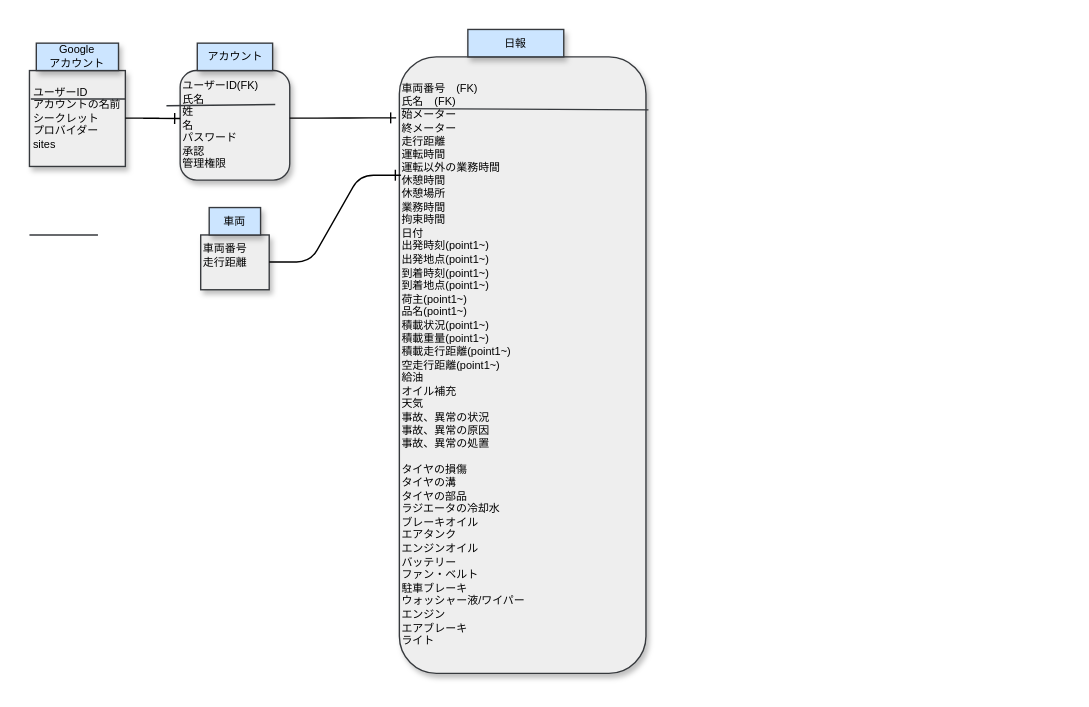
bob-g12/dayrepo-for-transportation keeps this draw.io diagram as page "ページ2" (2 of 2) of docs/draw.dio. Above is the earlier version. Source tidied: cells renumbered, new cells numbered last; positions are measured from the earlier drawing's top-left corner, leaving out a move shared by most shapes. Both pictures are drawn from the tidied source at 137%, with x=0, y=0 at pixel (29, 29).
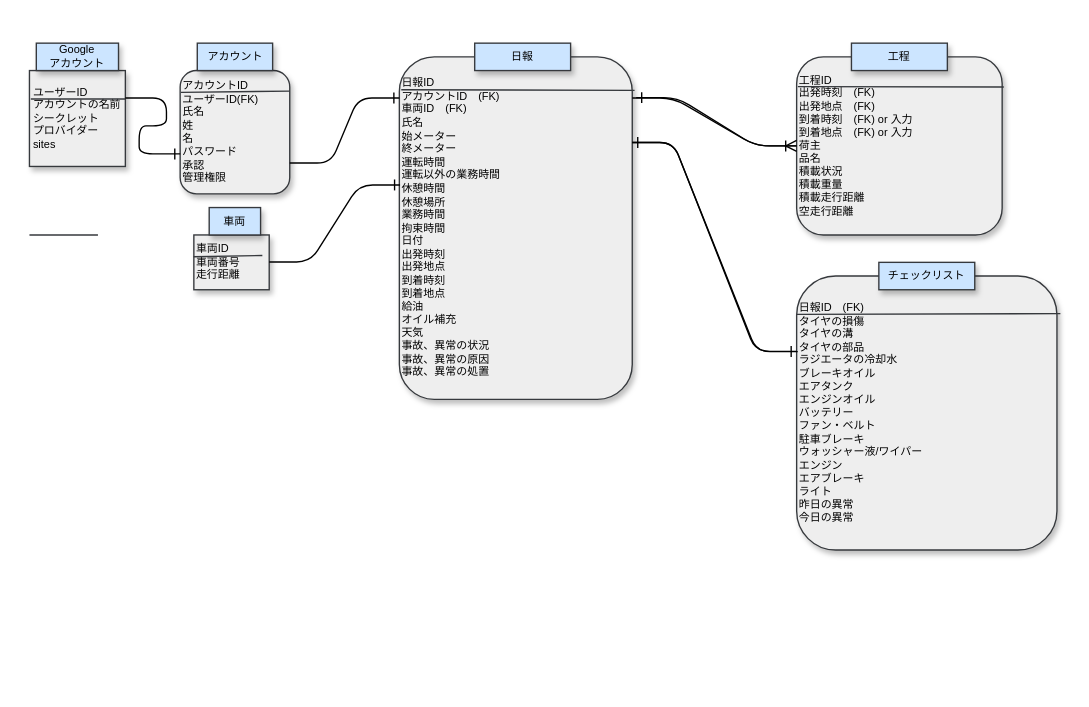
After the change.

Diff of the diagram source:
```diff
@@
-    <mxCell id="3" value="ユーザーID(FK)&lt;br&gt;氏名&lt;br&gt;姓&lt;br&gt;名&lt;br&gt;パスワード&lt;br&gt;承認&lt;br&gt;管理権限&lt;br&gt;" style="rounded=1;whiteSpace=wrap;html=1;shadow=1;strokeColor=#36393d;fontFamily=Helvetica;fontSize=8;startSize=0;fillColor=#eeeeee;fontColor=#000000;align=left;" parent="1" vertex="1">
-      <mxGeometry x="110" y="30" width="80" height="80" as="geometry" />
+    <mxCell id="3" value="アカウントID&lt;br&gt;ユーザーID(FK)&lt;br&gt;氏名&lt;br&gt;姓&lt;br&gt;名&lt;br&gt;パスワード&lt;br&gt;承認&lt;br&gt;管理権限" style="rounded=1;whiteSpace=wrap;html=1;shadow=1;strokeColor=#36393d;fontFamily=Helvetica;fontSize=8;startSize=0;fillColor=#eeeeee;fontColor=#000000;align=left;" parent="1" vertex="1">
+      <mxGeometry x="110" y="30" width="80" height="90" as="geometry" />
     </mxCell>
@@
     <mxCell id="5" style="endArrow=none;html=1;fontFamily=Helvetica;fontSize=8;fontColor=#000000;startSize=0;fillColor=#eeeeee;strokeColor=#36393d;entryX=0.992;entryY=0.373;entryDx=0;entryDy=0;exitX=0.014;exitY=0.296;exitDx=0;exitDy=0;entryPerimeter=0;exitPerimeter=0;" parent="1" edge="1">
       <mxGeometry relative="1" as="geometry">
-        <mxPoint x="100" y="55.7" as="sourcePoint" />
-        <mxPoint x="179.4" y="54.8" as="targetPoint" />
+        <mxPoint x="110.6" y="45.9" as="sourcePoint" />
+        <mxPoint x="190" y="45" as="targetPoint" />
       </mxGeometry>
     </mxCell>
-    <mxCell id="6" value="&lt;div style=&quot;&quot;&gt;車両番号&lt;/div&gt;&lt;div style=&quot;&quot;&gt;走行距離&lt;/div&gt;&lt;div style=&quot;&quot;&gt;&lt;br&gt;&lt;/div&gt;" style="rounded=0;whiteSpace=wrap;html=1;shadow=1;strokeColor=#36393d;fontFamily=Helvetica;fontSize=8;startSize=0;fillColor=#eeeeee;fontColor=#000000;align=left;" parent="1" vertex="1">
-      <mxGeometry x="125" y="150" width="50" height="40" as="geometry" />
+    <mxCell id="6" value="&lt;div style=&quot;&quot;&gt;車両ID&lt;/div&gt;&lt;div style=&quot;&quot;&gt;車両番号&lt;/div&gt;&lt;div style=&quot;&quot;&gt;走行距離&lt;/div&gt;" style="rounded=0;whiteSpace=wrap;html=1;shadow=1;strokeColor=#36393d;fontFamily=Helvetica;fontSize=8;startSize=0;fillColor=#eeeeee;fontColor=#000000;align=left;" parent="1" vertex="1">
+      <mxGeometry x="120" y="150" width="55" height="40" as="geometry" />
     </mxCell>
@@
-    <mxCell id="8" value="車両番号　(FK)&lt;br&gt;氏名　(FK)&lt;br&gt;始メーター&lt;br&gt;終メーター&lt;br&gt;走行距離&lt;br&gt;運転時間&lt;br&gt;運転以外の業務時間&lt;br&gt;休憩時間&lt;br&gt;休憩場所&lt;br&gt;業務時間&lt;br&gt;拘束時間&lt;br&gt;日付&lt;br&gt;出発時刻(point1~)&lt;br&gt;出発地点(point1~)&lt;br&gt;到着時刻(point1~)&lt;br&gt;到着地点(point1~)&lt;br&gt;荷主(point1~)&lt;br&gt;品名(point1~)&lt;br&gt;積載状況(point1~)&lt;br&gt;積載重量(point1~)&lt;br&gt;積載走行距離(point1~)&lt;br&gt;空走行距離(point1~)&lt;br&gt;給油&lt;br&gt;オイル補充&lt;br&gt;天気&lt;br&gt;事故、異常の状況&lt;br&gt;事故、異常の原因&lt;br&gt;事故、異常の処置&lt;br&gt;&lt;br&gt;タイヤの損傷&lt;br&gt;タイヤの溝&lt;br&gt;タイヤの部品&lt;br&gt;ラジエータの冷却水&lt;br&gt;ブレーキオイル&lt;br&gt;エアタンク&lt;br&gt;エンジンオイル&lt;br&gt;バッテリー&lt;br&gt;ファン・ベルト&lt;br&gt;駐車ブレーキ&lt;br&gt;ウォッシャー液/ワイパー&lt;br&gt;エンジン&lt;br&gt;エアブレーキ&lt;br&gt;ライト" style="rounded=1;whiteSpace=wrap;html=1;shadow=1;strokeColor=#36393d;fontFamily=Helvetica;fontSize=8;startSize=0;fillColor=#eeeeee;fontColor=#000000;align=left;" parent="1" vertex="1">
-      <mxGeometry x="270" y="20" width="180" height="450" as="geometry" />
+    <mxCell id="8" value="日報ID&lt;br&gt;アカウントID　(FK)&lt;br&gt;車両ID　(FK)&lt;br&gt;氏名　&lt;br&gt;始メーター&lt;br&gt;終メーター&lt;br&gt;運転時間&lt;br&gt;運転以外の業務時間&lt;br&gt;休憩時間&lt;br&gt;休憩場所&lt;br&gt;業務時間&lt;br&gt;拘束時間&lt;br&gt;日付&lt;br&gt;出発時刻&lt;br&gt;出発地点&lt;br&gt;到着時刻&lt;br&gt;到着地点&lt;br&gt;給油&lt;br&gt;オイル補充&lt;br&gt;天気&lt;br&gt;事故、異常の状況&lt;br&gt;事故、異常の原因&lt;br&gt;事故、異常の処置" style="rounded=1;whiteSpace=wrap;html=1;shadow=1;strokeColor=#36393d;fontFamily=Helvetica;fontSize=8;startSize=0;fillColor=#eeeeee;fontColor=#000000;align=left;" parent="1" vertex="1">
+      <mxGeometry x="270" y="20" width="170" height="250" as="geometry" />
     </mxCell>
-    <mxCell id="9" style="endArrow=none;html=1;fontFamily=Helvetica;fontSize=8;fontColor=#000000;startSize=0;fillColor=#eeeeee;strokeColor=#36393d;exitX=0.008;exitY=0.084;exitDx=0;exitDy=0;exitPerimeter=0;entryX=1.01;entryY=0.086;entryDx=0;entryDy=0;entryPerimeter=0;" parent="1" edge="1" source="8" target="8">
-      <mxGeometry relative="1" as="geometry" />
+    <mxCell id="9" style="endArrow=none;html=1;fontFamily=Helvetica;fontSize=8;fontColor=#000000;startSize=0;fillColor=#eeeeee;strokeColor=#36393d;exitX=0.008;exitY=0.084;exitDx=0;exitDy=0;exitPerimeter=0;entryX=1.01;entryY=0.086;entryDx=0;entryDy=0;entryPerimeter=0;" parent="1" edge="1">
+      <mxGeometry relative="1" as="geometry">
+        <mxPoint x="271.4" y="44" as="sourcePoint" />
+        <mxPoint x="441.7" y="44.5" as="targetPoint" />
+      </mxGeometry>
     </mxCell>
-    <mxCell id="10" style="edgeStyle=entityRelationEdgeStyle;fontSize=12;html=1;endArrow=ERone;endFill=1;fontFamily=Helvetica;fontColor=#000000;startSize=0;" parent="1" edge="1">
+    <mxCell id="10" style="edgeStyle=entityRelationEdgeStyle;fontSize=12;html=1;endArrow=ERone;endFill=1;fontFamily=Helvetica;fontColor=#000000;startSize=0;entryX=0.001;entryY=0.676;entryDx=0;entryDy=0;entryPerimeter=0;" parent="1" edge="1" target="3">
       <mxGeometry relative="1" as="geometry">
-        <mxPoint x="70" y="64.7" as="sourcePoint" />
-        <mxPoint x="110" y="65" as="targetPoint" />
+        <mxPoint x="70" y="50" as="sourcePoint" />
       </mxGeometry>
     </mxCell>
-    <mxCell id="11" style="edgeStyle=entityRelationEdgeStyle;fontSize=12;html=1;endArrow=ERone;endFill=1;fontFamily=Helvetica;fontColor=#000000;startSize=0;entryX=0.006;entryY=0.192;entryDx=0;entryDy=0;entryPerimeter=0;" parent="1" edge="1" target="8">
+    <mxCell id="11" style="edgeStyle=entityRelationEdgeStyle;fontSize=12;html=1;endArrow=ERone;endFill=1;fontFamily=Helvetica;fontColor=#000000;startSize=0;entryX=0.003;entryY=0.374;entryDx=0;entryDy=0;entryPerimeter=0;" parent="1" edge="1" target="8">
       <mxGeometry relative="1" as="geometry">
         <mxPoint x="175" y="169.7" as="sourcePoint" />
       </mxGeometry>
     </mxCell>
-    <mxCell id="12" style="edgeStyle=entityRelationEdgeStyle;fontSize=12;html=1;endArrow=ERone;endFill=1;fontFamily=Helvetica;fontColor=#000000;startSize=0;entryX=-0.013;entryY=0.099;entryDx=0;entryDy=0;entryPerimeter=0;" parent="1" edge="1" target="8">
+    <mxCell id="12" style="edgeStyle=entityRelationEdgeStyle;fontSize=12;html=1;endArrow=ERone;endFill=1;fontFamily=Helvetica;fontColor=#000000;startSize=0;exitX=1;exitY=0.75;exitDx=0;exitDy=0;" parent="1" edge="1" source="3">
       <mxGeometry relative="1" as="geometry">
-        <mxPoint x="190" y="64.7" as="sourcePoint" />
+        <mxPoint x="270" y="50" as="targetPoint" />
       </mxGeometry>
     </mxCell>
@@
     <mxCell id="16" value="日報" style="rounded=0;whiteSpace=wrap;html=1;shadow=1;strokeColor=#36393d;fontFamily=Helvetica;fontSize=8;startSize=0;fillColor=#cce5ff;fontColor=#000000;" parent="1" vertex="1">
-      <mxGeometry x="320" width="70" height="20" as="geometry" />
+      <mxGeometry x="325" y="10" width="70" height="20" as="geometry" />
     </mxCell>
+    <mxCell id="17" value="日報ID　(FK)&lt;br&gt;タイヤの損傷&lt;br&gt;タイヤの溝&lt;br&gt;タイヤの部品&lt;br&gt;ラジエータの冷却水&lt;br&gt;ブレーキオイル&lt;br&gt;エアタンク&lt;br&gt;エンジンオイル&lt;br&gt;バッテリー&lt;br&gt;ファン・ベルト&lt;br&gt;駐車ブレーキ&lt;br&gt;ウォッシャー液/ワイパー&lt;br&gt;エンジン&lt;br&gt;エアブレーキ&lt;br&gt;ライト&lt;br&gt;昨日の異常&lt;br&gt;今日の異常" style="rounded=1;whiteSpace=wrap;html=1;shadow=1;strokeColor=#36393d;fontFamily=Helvetica;fontSize=8;startSize=0;fillColor=#eeeeee;fontColor=#000000;align=left;" parent="1" vertex="1">
+      <mxGeometry x="560" y="180" width="190" height="200" as="geometry" />
+    </mxCell>
+    <mxCell id="18" style="endArrow=none;html=1;fontFamily=Helvetica;fontSize=8;fontColor=#000000;startSize=0;fillColor=#eeeeee;strokeColor=#36393d;exitX=0.014;exitY=0.296;exitDx=0;exitDy=0;exitPerimeter=0;" parent="1" edge="1">
+      <mxGeometry relative="1" as="geometry">
+        <mxPoint x="119.8" y="165.9" as="sourcePoint" />
+        <mxPoint x="170" y="165" as="targetPoint" />
+      </mxGeometry>
+    </mxCell>
+    <mxCell id="19" value="工程ID　&lt;br&gt;出発時刻　(FK)&lt;br&gt;出発地点　(FK)&lt;br&gt;到着時刻　(FK) or 入力&lt;br&gt;到着地点　(FK) or 入力&lt;br&gt;荷主&lt;br&gt;品名&lt;br&gt;積載状況&lt;br&gt;積載重量&lt;br&gt;積載走行距離&lt;br&gt;空走行距離" style="rounded=1;whiteSpace=wrap;html=1;shadow=1;strokeColor=#36393d;fontFamily=Helvetica;fontSize=8;startSize=0;fillColor=#eeeeee;fontColor=#000000;align=left;" parent="1" vertex="1">
+      <mxGeometry x="560" y="20" width="150" height="130" as="geometry" />
+    </mxCell>
+    <mxCell id="20" style="endArrow=none;html=1;fontFamily=Helvetica;fontSize=8;fontColor=#000000;startSize=0;fillColor=#eeeeee;strokeColor=#36393d;exitX=0.006;exitY=0.167;exitDx=0;exitDy=0;exitPerimeter=0;entryX=1.008;entryY=0.169;entryDx=0;entryDy=0;entryPerimeter=0;" parent="1" edge="1" source="19" target="19">
+      <mxGeometry relative="1" as="geometry" />
+    </mxCell>
+    <mxCell id="21" style="endArrow=none;html=1;fontFamily=Helvetica;fontSize=8;fontColor=#000000;startSize=0;fillColor=#eeeeee;strokeColor=#36393d;exitX=0.008;exitY=0.084;exitDx=0;exitDy=0;exitPerimeter=0;entryX=1.013;entryY=0.147;entryDx=0;entryDy=0;entryPerimeter=0;" parent="1" edge="1">
+      <mxGeometry relative="1" as="geometry">
+        <mxPoint x="560" y="208" as="sourcePoint" />
+        <mxPoint x="752.5" y="207.4" as="targetPoint" />
+      </mxGeometry>
+    </mxCell>
+    <mxCell id="22" style="edgeStyle=entityRelationEdgeStyle;fontSize=12;html=1;endArrow=ERoneToMany;fontFamily=Helvetica;fontColor=#000000;startSize=0;entryX=0;entryY=0.5;entryDx=0;entryDy=0;" parent="1" edge="1" target="19">
+      <mxGeometry relative="1" as="geometry">
+        <mxPoint x="440" y="50" as="sourcePoint" />
+      </mxGeometry>
+    </mxCell>
+    <mxCell id="23" style="edgeStyle=entityRelationEdgeStyle;fontSize=12;html=1;endArrow=ERone;endFill=1;fontFamily=Helvetica;fontColor=#000000;startSize=0;entryX=1.017;entryY=0.119;entryDx=0;entryDy=0;entryPerimeter=0;exitX=0;exitY=0.5;exitDx=0;exitDy=0;" parent="1" edge="1" source="19" target="8">
+      <mxGeometry relative="1" as="geometry" />
+    </mxCell>
+    <mxCell id="24" style="edgeStyle=entityRelationEdgeStyle;fontSize=12;html=1;endArrow=ERone;endFill=1;fontFamily=Helvetica;fontColor=#000000;startSize=0;exitX=1;exitY=0.25;exitDx=0;exitDy=0;" parent="1" edge="1" source="8">
+      <mxGeometry relative="1" as="geometry">
+        <mxPoint x="560" y="235" as="targetPoint" />
+      </mxGeometry>
+    </mxCell>
+    <mxCell id="25" style="edgeStyle=entityRelationEdgeStyle;fontSize=12;html=1;endArrow=ERone;endFill=1;fontFamily=Helvetica;fontColor=#000000;startSize=0;exitX=0.004;exitY=0.276;exitDx=0;exitDy=0;entryX=1;entryY=0.25;entryDx=0;entryDy=0;exitPerimeter=0;" parent="1" edge="1" source="17" target="8">
+      <mxGeometry relative="1" as="geometry" />
+    </mxCell>
+    <mxCell id="26" value="工程" style="rounded=0;whiteSpace=wrap;html=1;shadow=1;strokeColor=#36393d;fontFamily=Helvetica;fontSize=8;startSize=0;fillColor=#cce5ff;fontColor=#000000;" parent="1" vertex="1">
+      <mxGeometry x="600" y="10" width="70" height="20" as="geometry" />
+    </mxCell>
+    <mxCell id="27" value="チェックリスト" style="rounded=0;whiteSpace=wrap;html=1;shadow=1;strokeColor=#36393d;fontFamily=Helvetica;fontSize=8;startSize=0;fillColor=#cce5ff;fontColor=#000000;" parent="1" vertex="1">
+      <mxGeometry x="620" y="170" width="70" height="20" as="geometry" />
+    </mxCell>
```
